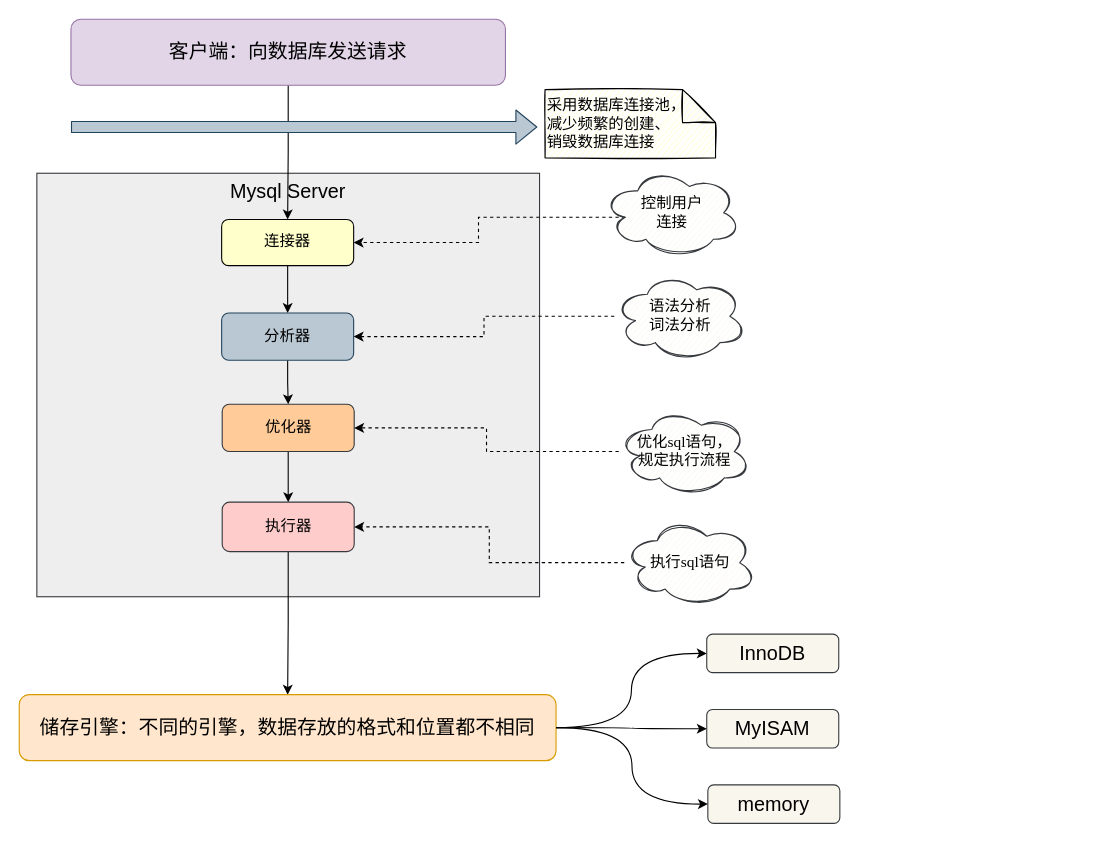
Above: notes/DB/mysql/res/Mysql架构.drawio in zhangjukai/Go-Gad (draw.io), before the change. Source tidied: cells renumbered, new cells numbered last; positions are measured from the earlier drawing's top-left corner, leaving out a move shared by most shapes. Both pictures are drawn from the tidied source at 110%, with x=0, y=0 at pixel (19, 19).
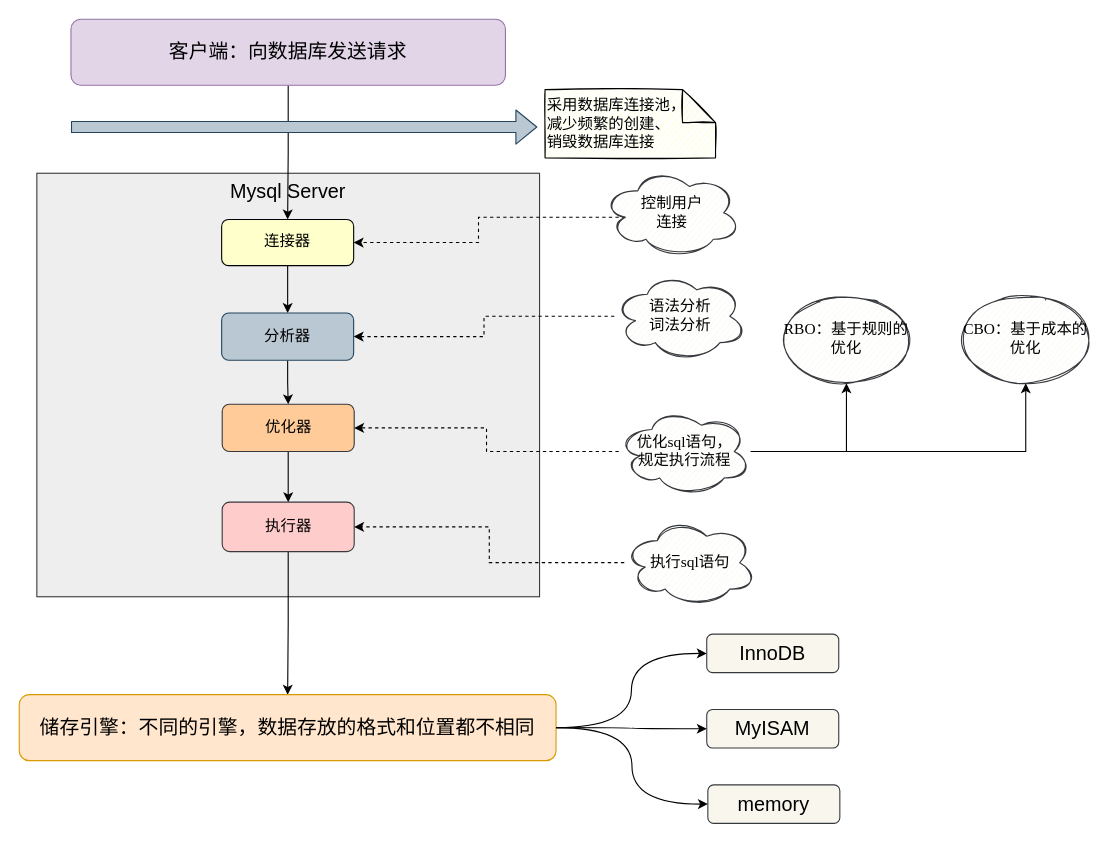
The same diagram, later.

The change refers to these unchanged cells:
```xml
<mxCell id="22" value="优化sql语句，&lt;br&gt;规定执行流程" style="ellipse;shape=cloud;whiteSpace=wrap;html=1;rounded=0;fillColor=#f9f7ed;fontFamily=Times New Roman;fontSize=14;align=center;strokeColor=#36393d;sketch=1;" parent="1" vertex="1">
  <mxGeometry x="545" y="353" width="120" height="80" as="geometry" />
</mxCell>
```

Change to the diagram source:
```diff
@@
+    <mxCell id="30" style="edgeStyle=orthogonalEdgeStyle;rounded=0;jettySize=auto;html=1;" parent="1" edge="1" source="22" target="31">
+      <mxGeometry relative="1" as="geometry" />
+    </mxCell>
@@
+    <mxCell id="31" value="RBO：基于规则的优化" style="ellipse;whiteSpace=wrap;html=1;rounded=0;fontFamily=Times New Roman;fontSize=14;strokeColor=#36393d;fillColor=#f9f7ed;sketch=1;" parent="1" vertex="1">
+      <mxGeometry x="692" y="251" width="120" height="80" as="geometry" />
+    </mxCell>
+    <mxCell id="32" value="CBO：基于成本的优化" style="ellipse;whiteSpace=wrap;html=1;rounded=0;fontFamily=Times New Roman;fontSize=14;strokeColor=#36393d;fillColor=#f9f7ed;sketch=1;" parent="1" vertex="1">
+      <mxGeometry x="855" y="251" width="120" height="80" as="geometry" />
+    </mxCell>
+    <mxCell id="33" style="edgeStyle=orthogonalEdgeStyle;rounded=0;jettySize=auto;html=1;entryX=0.5;entryY=1;entryDx=0;entryDy=0;" parent="1" edge="1" source="22" target="32">
+      <mxGeometry relative="1" as="geometry" />
+    </mxCell>
```
